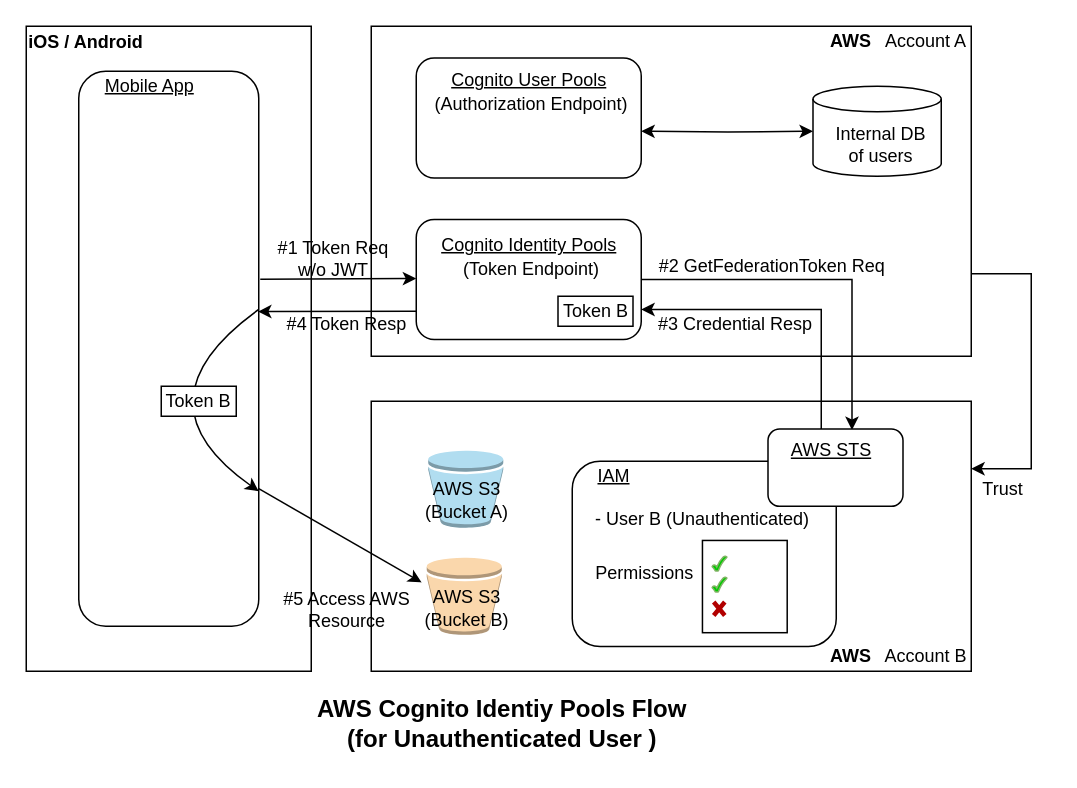
developer-onizuka/Diagrams keeps this draw.io diagram as OAuth2.0_Authorization/AWS_Cognito_unauthenticated.drawio. Above is the earlier version. Source tidied: cells renumbered, new cells numbered last; positions are measured from the earlier drawing's top-left corner, leaving out a move shared by most shapes. Both pictures are drawn from the tidied source at 150%, with x=0, y=0 at pixel (26, 26).
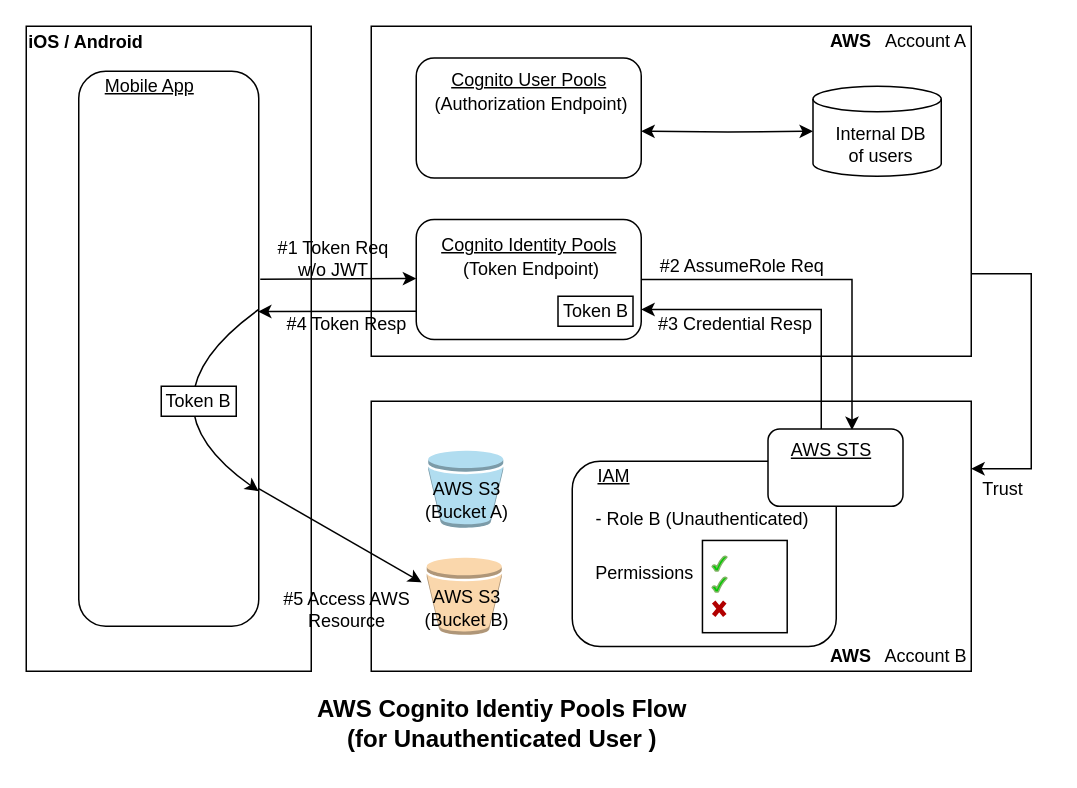
Above is the later version.

Change to the diagram source:
```diff
@@
-    <mxCell id="29" value="#2 GetFederationToken Req" style="text;html=1;strokeColor=none;fillColor=none;align=center;verticalAlign=middle;whiteSpace=wrap;rounded=0;" parent="1" vertex="1">
-      <mxGeometry x="403.5" y="150" width="186.5" height="20" as="geometry" />
+    <mxCell id="29" value="#2 AssumeRole Req" style="text;html=1;strokeColor=none;fillColor=none;align=center;verticalAlign=middle;whiteSpace=wrap;rounded=0;" parent="1" vertex="1">
+      <mxGeometry x="403.5" y="150" width="146.5" height="20" as="geometry" />
     </mxCell>
@@
-    <mxCell id="51" value="- User B (Unauthenticated)" style="text;html=1;strokeColor=none;fillColor=none;align=center;verticalAlign=middle;whiteSpace=wrap;rounded=0;" parent="1" vertex="1">
+    <mxCell id="51" value="- Role B (Unauthenticated)" style="text;html=1;strokeColor=none;fillColor=none;align=center;verticalAlign=middle;whiteSpace=wrap;rounded=0;" parent="1" vertex="1">
       <mxGeometry x="378" y="318.5" width="145.5" height="20" as="geometry" />
     </mxCell>
```
